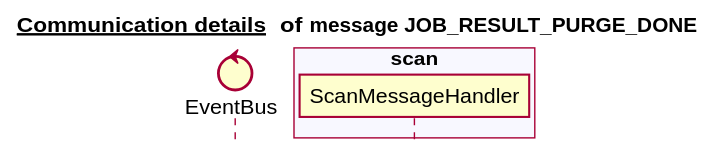
The PlantUML diagram docs/latest/images/gen_domain_messaging_job_result_purge_done.svg in mercedes-benz/sechub, before a commit.
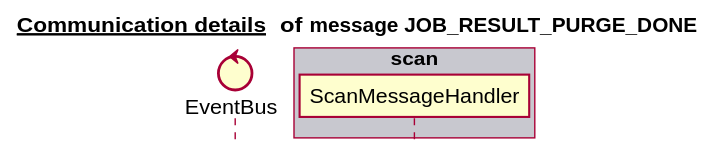
After the change.

The edit, as a diff of the source:
```diff
@@ -6,16 +6,16 @@
 
 
 control EventBus
+box "scan" #C8C8CF
+   participant ScanMessageHandler
+end box
+box "authorization" #F8F8FF
+end box
 box "administration" #C8C8CF
 end box
-box "schedule" #F8F8FF
+box "notification" #F8F8FF
 end box
-box "authorization" #C8C8CF
-end box
-box "scan" #F8F8FF
-   participant ScanMessageHandler
-end box
-box "notification" #C8C8CF
+box "schedule" #C8C8CF
 end box
 
 
```
